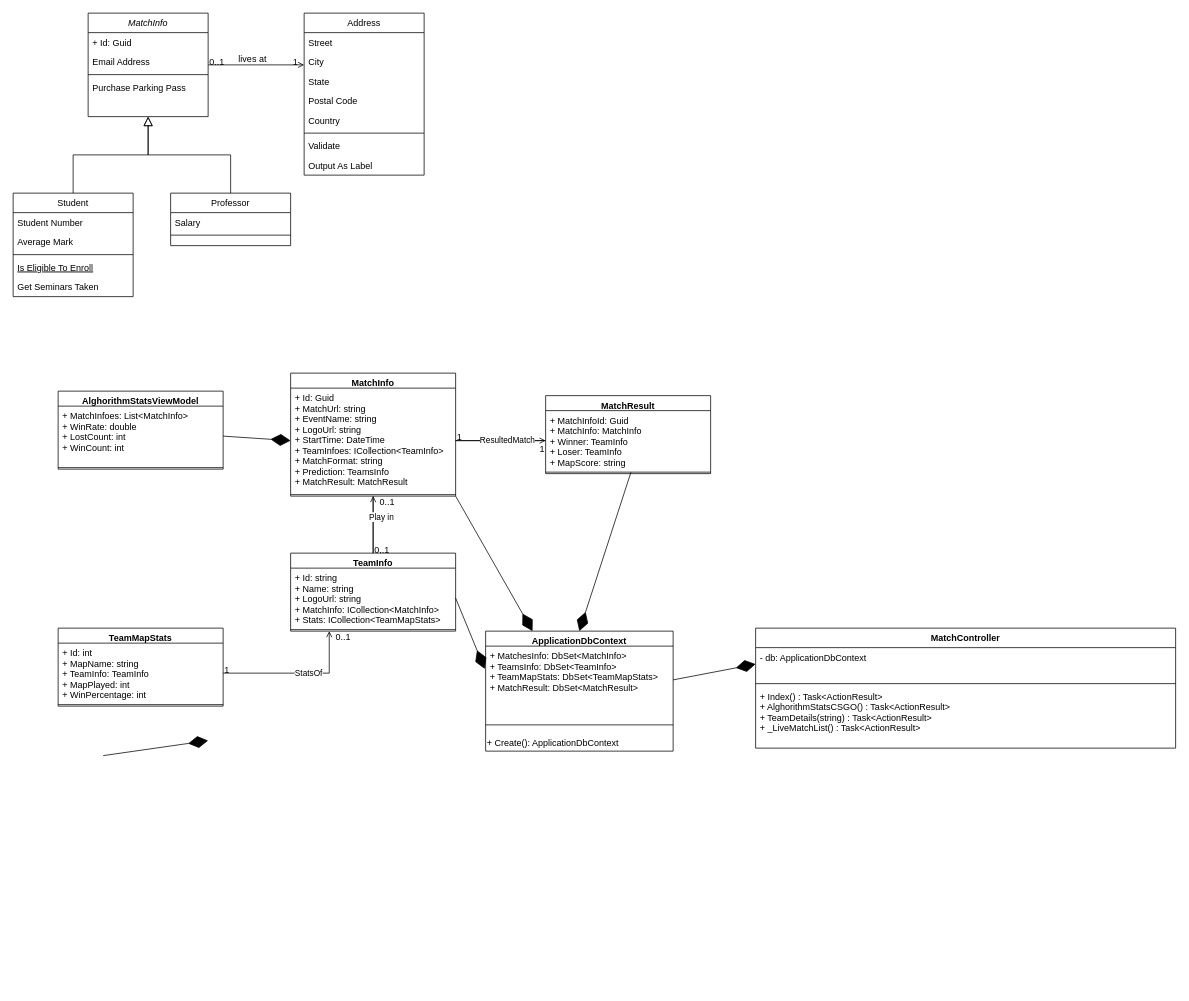
The draw.io diagram ПП диаграмма классов.drawio in DarkReduX/Diagrams-for-projects, before the edit. Source tidied: cells renumbered, new cells numbered last; positions are measured from the earlier drawing's top-left corner, leaving out a move shared by most shapes. Both pictures are drawn from the tidied source at 75%, with x=0, y=0 at pixel (13, 13).
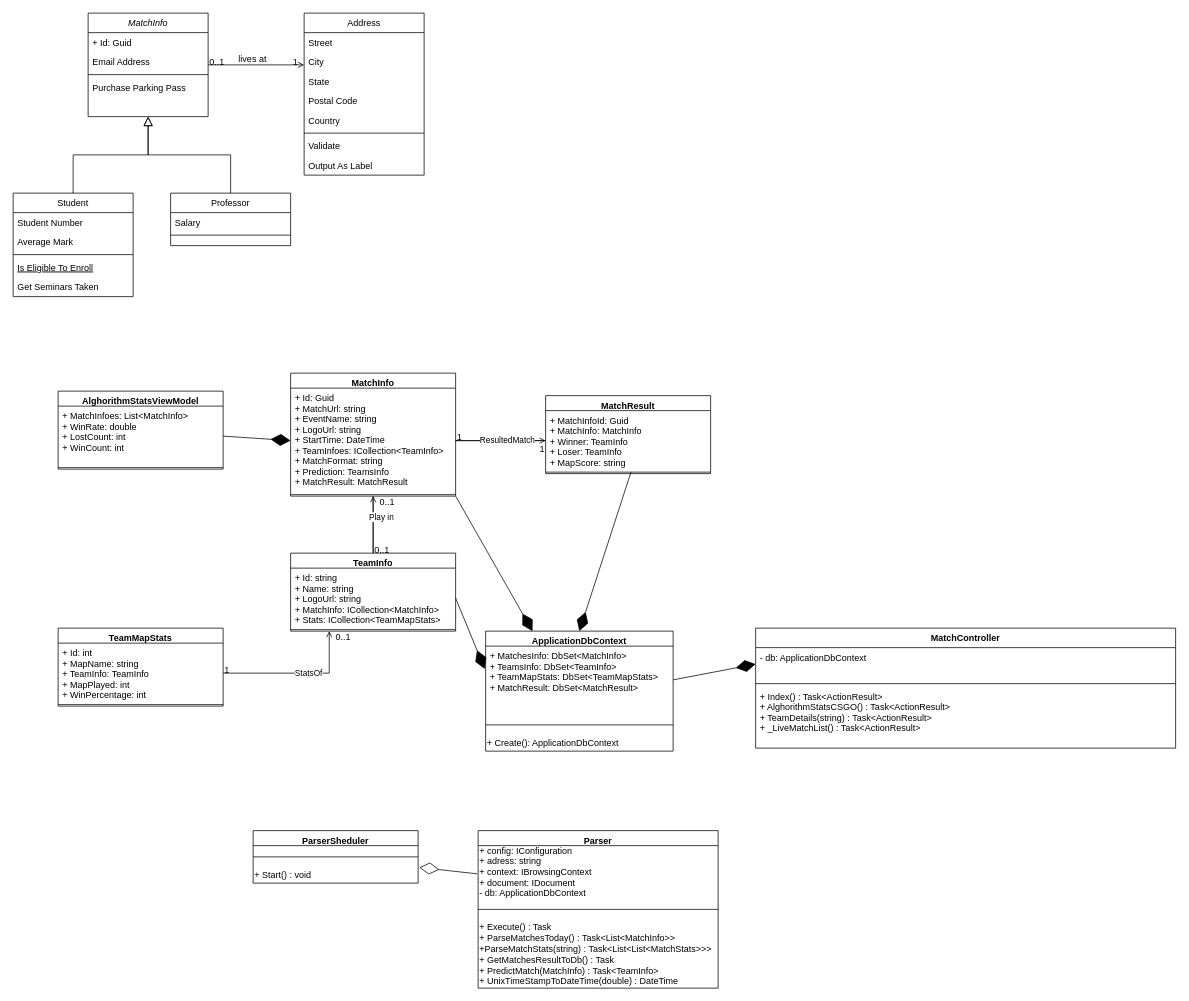
The same diagram, later.

Change to the diagram source:
```diff
@@
-    <mxCell id="46" style="endArrow=diamondThin;endFill=1;endSize=24;html=1;strokeColor=#000000;fontColor=none;" parent="1" edge="1">
-      <mxGeometry relative="1" as="geometry">
-        <mxPoint x="120" y="990" as="sourcePoint" />
-        <mxPoint x="260" y="970" as="targetPoint" />
-      </mxGeometry>
-    </mxCell>
@@
+    <mxCell id="74" value="ParserSheduler" style="swimlane;fontStyle=1;align=center;verticalAlign=top;horizontal=1;startSize=20;" parent="1" vertex="1">
+      <mxGeometry x="320" y="1090" width="220" height="70" as="geometry" />
+    </mxCell>
+    <mxCell id="75" style="line;strokeWidth=1;fillColor=none;align=left;verticalAlign=middle;spacingTop=-1;spacingLeft=3;spacingRight=3;labelPosition=right;" parent="74" vertex="1">
+      <mxGeometry y="20" width="220" height="30" as="geometry" />
+    </mxCell>
+    <mxCell id="76" value="+ Start() : void" style="text;html=1;align=left;verticalAlign=middle;points=[];strokeColor=none;" parent="74" vertex="1">
+      <mxGeometry y="50" width="220" height="20" as="geometry" />
+    </mxCell>
+    <mxCell id="77" value="Parser" style="swimlane;fontStyle=1;align=center;verticalAlign=top;horizontal=1;startSize=20;" parent="1" vertex="1">
+      <mxGeometry x="620" y="1090" width="320" height="210" as="geometry" />
+    </mxCell>
+    <mxCell id="78" value="+ config: IConfiguration&lt;br&gt;+ adress: string&lt;br&gt;+ context: IBrowsingContext&lt;br&gt;+ document: IDocument&lt;br&gt;- db: ApplicationDbContext" style="text;html=1;align=left;verticalAlign=middle;points=[];strokeColor=none;" parent="77" vertex="1">
+      <mxGeometry y="20" width="320" height="70" as="geometry" />
+    </mxCell>
+    <mxCell id="79" style="line;strokeWidth=1;fillColor=none;align=left;verticalAlign=middle;spacingTop=-1;spacingLeft=3;spacingRight=3;labelPosition=right;" parent="77" vertex="1">
+      <mxGeometry y="90" width="320" height="30" as="geometry" />
+    </mxCell>
+    <mxCell id="80" value="+ Execute() : Task&lt;br&gt;+ ParseMatchesToday() : Task&amp;lt;List&amp;lt;MatchInfo&amp;gt;&amp;gt;&lt;br&gt;+ParseMatchStats(string) : Task&amp;lt;List&amp;lt;List&amp;lt;MatchStats&amp;gt;&amp;gt;&amp;gt;&lt;br&gt;+ GetMatchesResultToDb() : Task&lt;br&gt;+ PredictMatch(MatchInfo) : Task&amp;lt;TeamInfo&amp;gt;&lt;br&gt;+ UnixTimeStampToDateTime(double) : DateTime" style="text;html=1;align=left;verticalAlign=middle;strokeColor=none;" parent="77" vertex="1">
+      <mxGeometry y="120" width="320" height="90" as="geometry" />
+    </mxCell>
+    <mxCell id="81" style="endArrow=diamondThin;endFill=0;endSize=24;html=1;entryX=1.007;entryY=-0.049;entryDx=0;entryDy=0;entryPerimeter=0;exitX=-0.004;exitY=0.537;exitDx=0;exitDy=0;exitPerimeter=0;" parent="1" edge="1" source="78" target="76">
+      <mxGeometry relative="1" as="geometry" />
+    </mxCell>
```
